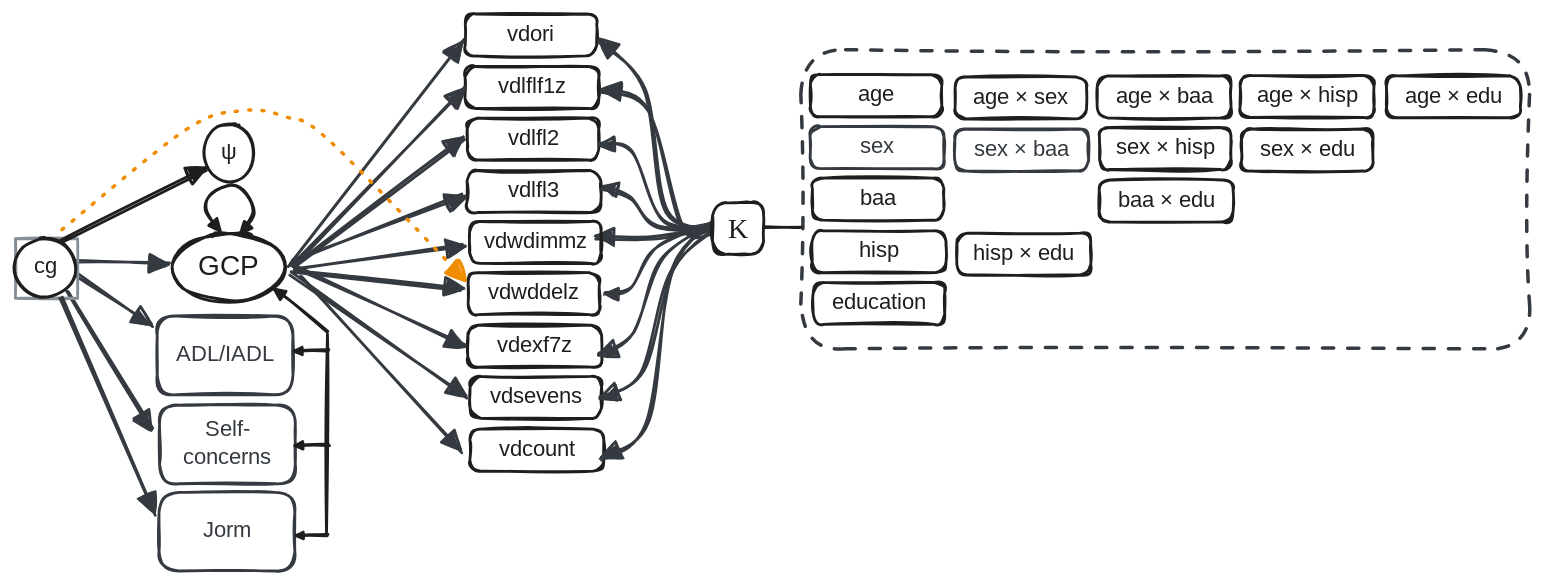
Earlier version of the Excalidraw export R/excalidraw/PMM-011-Calibration_Model_path_only.excalidraw.svg (dougtommet/HRS_cog_classification). Source tidied: one line per element, renumbered; positions are measured from the earlier drawing's top-left corner, leaving out a move shared by most shapes.
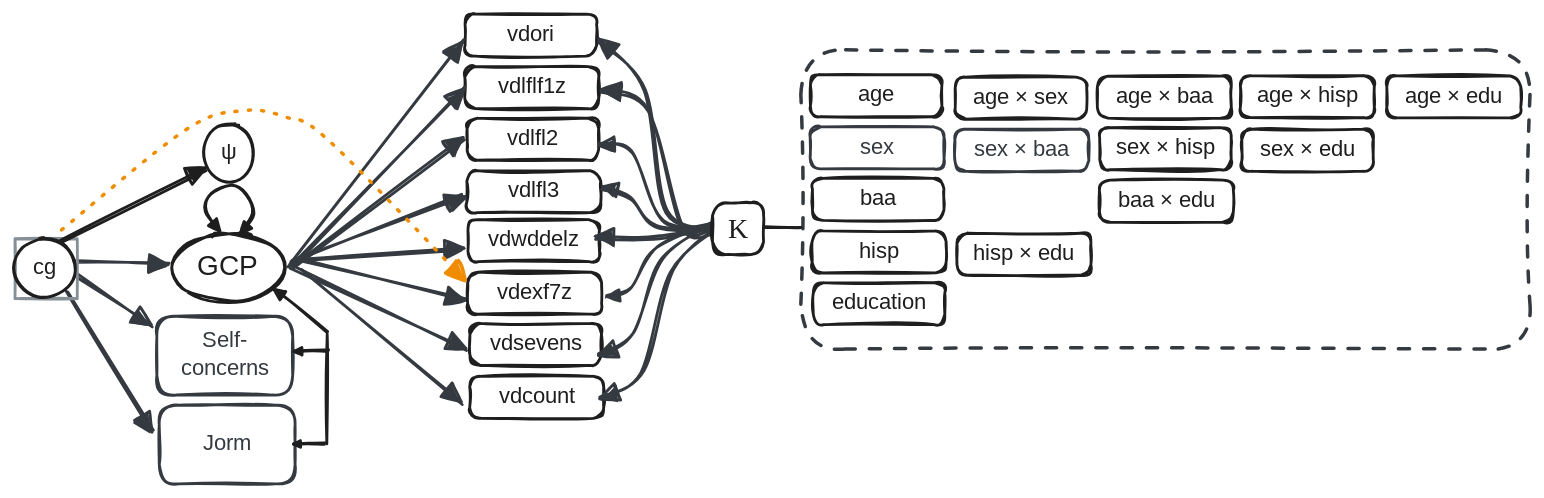
Above is the later version.

The edit, as a diff of the source:
```diff
@@ -4,28 +4,28 @@
 {"id": 3, "type": "text", "text": "vdori", "strokeColor": "#1e1e1e", "strokeWidth": 2, "roughness": 1, "fontSize": 16, "fontFamily": 5, "textAlign": "center", "verticalAlign": "middle", "inside": 2, "x": 352, "y": 5, "width": 34, "height": 20}
 {"id": 4, "type": "rectangle", "strokeColor": "#1e1e1e", "strokeWidth": 2, "roughness": 1, "round": true, "x": 569, "y": 43, "width": 94, "height": 30}
 {"id": 5, "type": "text", "text": "age", "strokeColor": "#1e1e1e", "strokeWidth": 2, "roughness": 1, "fontSize": 16, "fontFamily": 5, "textAlign": "center", "verticalAlign": "middle", "inside": 4, "x": 605, "y": 48, "width": 22, "height": 20}
-{"id": 6, "type": "rectangle", "strokeColor": "#1e1e1e", "strokeWidth": 2, "roughness": 1, "round": true, "x": 324, "y": 185, "width": 94, "height": 30}
+{"id": 6, "type": "rectangle", "strokeColor": "#1e1e1e", "strokeWidth": 2, "roughness": 1, "round": true, "x": 324, "y": 147, "width": 94, "height": 30}
-{"id": 7, "type": "text", "text": "vdwddelz", "strokeColor": "#1e1e1e", "strokeWidth": 2, "roughness": 1, "fontSize": 16, "fontFamily": 5, "textAlign": "center", "verticalAlign": "middle", "inside": 6, "x": 336, "y": 190, "width": 70, "height": 20}
+{"id": 7, "type": "text", "text": "vdwddelz", "strokeColor": "#1e1e1e", "strokeWidth": 2, "roughness": 1, "fontSize": 16, "fontFamily": 5, "textAlign": "center", "verticalAlign": "middle", "inside": 6, "x": 336, "y": 152, "width": 70, "height": 20}
 {"id": 8, "type": "rectangle", "strokeColor": "#1e1e1e", "strokeWidth": 2, "roughness": 1, "round": true, "x": 571, "y": 192, "width": 94, "height": 30}
 {"id": 9, "type": "text", "text": "education", "strokeColor": "#1e1e1e", "strokeWidth": 2, "roughness": 1, "fontSize": 16, "fontFamily": 5, "textAlign": "center", "verticalAlign": "middle", "inside": 8, "x": 580, "y": 197, "width": 75, "height": 20}
 {"id": 10, "type": "rectangle", "strokeColor": "#1e1e1e", "strokeWidth": 2, "roughness": 1, "round": true, "x": 324, "y": 74, "width": 94, "height": 30}
 {"id": 11, "type": "text", "text": "vdlfl2", "strokeColor": "#1e1e1e", "strokeWidth": 2, "roughness": 1, "fontSize": 16, "fontFamily": 5, "textAlign": "center", "verticalAlign": "middle", "inside": 10, "x": 352, "y": 79, "width": 37, "height": 20}
 {"id": 12, "type": "rectangle", "strokeColor": "#1e1e1e", "strokeWidth": 2, "roughness": 1, "round": true, "x": 570, "y": 117, "width": 94, "height": 30}
 {"id": 13, "type": "text", "text": "baa", "strokeColor": "#1e1e1e", "strokeWidth": 2, "roughness": 1, "fontSize": 16, "fontFamily": 5, "textAlign": "center", "verticalAlign": "middle", "inside": 12, "x": 606, "y": 122, "width": 22, "height": 20}
-{"id": 14, "type": "rectangle", "strokeColor": "#1e1e1e", "strokeWidth": 2, "roughness": 1, "round": true, "x": 326, "y": 259, "width": 94, "height": 30}
+{"id": 14, "type": "rectangle", "strokeColor": "#1e1e1e", "strokeWidth": 2, "roughness": 1, "round": true, "x": 326, "y": 221, "width": 94, "height": 30}
-{"id": 15, "type": "text", "text": "vdsevens", "strokeColor": "#1e1e1e", "strokeWidth": 2, "roughness": 1, "fontSize": 16, "fontFamily": 5, "textAlign": "center", "verticalAlign": "middle", "inside": 14, "x": 338, "y": 264, "width": 69, "height": 20}
+{"id": 15, "type": "text", "text": "vdsevens", "strokeColor": "#1e1e1e", "strokeWidth": 2, "roughness": 1, "fontSize": 16, "fontFamily": 5, "textAlign": "center", "verticalAlign": "middle", "inside": 14, "x": 338, "y": 226, "width": 69, "height": 20}
 {"id": 16, "type": "rectangle", "strokeColor": "#1e1e1e", "strokeWidth": 2, "roughness": 1, "round": true, "x": 322, "y": 38, "width": 96, "height": 30}
 {"id": 17, "type": "text", "text": "vdlflf1z", "strokeColor": "#1e1e1e", "strokeWidth": 2, "roughness": 1, "fontSize": 16, "fontFamily": 5, "textAlign": "center", "verticalAlign": "middle", "inside": 16, "x": 341, "y": 43, "width": 57, "height": 20}
 {"id": 18, "type": "rectangle", "strokeColor": "#343a40", "strokeWidth": 2, "roughness": 1, "round": true, "x": 569, "y": 81, "width": 96, "height": 30}
 {"id": 19, "type": "text", "text": "sex", "strokeColor": "#343a40", "strokeWidth": 2, "roughness": 1, "fontSize": 16, "fontFamily": 5, "textAlign": "center", "verticalAlign": "middle", "inside": 18, "x": 606, "y": 86, "width": 21, "height": 20}
-{"id": 20, "type": "rectangle", "strokeColor": "#1e1e1e", "strokeWidth": 2, "roughness": 1, "round": true, "x": 324, "y": 222, "width": 96, "height": 30}
+{"id": 20, "type": "rectangle", "strokeColor": "#1e1e1e", "strokeWidth": 2, "roughness": 1, "round": true, "x": 324, "y": 184, "width": 96, "height": 30}
-{"id": 21, "type": "text", "text": "vdexf7z", "strokeColor": "#1e1e1e", "strokeWidth": 2, "roughness": 1, "fontSize": 16, "fontFamily": 5, "textAlign": "center", "verticalAlign": "middle", "inside": 20, "x": 341, "y": 227, "width": 62, "height": 20}
+{"id": 21, "type": "text", "text": "vdexf7z", "strokeColor": "#1e1e1e", "strokeWidth": 2, "roughness": 1, "fontSize": 16, "fontFamily": 5, "textAlign": "center", "verticalAlign": "middle", "inside": 20, "x": 341, "y": 189, "width": 62, "height": 20}
 {"id": 22, "type": "rectangle", "strokeColor": "#1e1e1e", "strokeWidth": 2, "roughness": 1, "round": true, "x": 324, "y": 112, "width": 96, "height": 30}
 {"id": 23, "type": "text", "text": "vdlfl3", "strokeColor": "#1e1e1e", "strokeWidth": 2, "roughness": 1, "fontSize": 16, "fontFamily": 5, "textAlign": "center", "verticalAlign": "middle", "inside": 22, "x": 353, "y": 117, "width": 37, "height": 20}
 {"id": 24, "type": "rectangle", "strokeColor": "#1e1e1e", "strokeWidth": 2, "roughness": 1, "round": true, "x": 570, "y": 155, "width": 96, "height": 30}
 {"id": 25, "type": "text", "text": "hisp", "strokeColor": "#1e1e1e", "strokeWidth": 2, "roughness": 1, "fontSize": 16, "fontFamily": 5, "textAlign": "center", "verticalAlign": "middle", "inside": 24, "x": 605, "y": 160, "width": 27, "height": 20}
-{"id": 26, "type": "rectangle", "strokeColor": "#1e1e1e", "strokeWidth": 2, "roughness": 1, "round": true, "x": 326, "y": 297, "width": 96, "height": 30}
+{"id": 26, "type": "rectangle", "strokeColor": "#1e1e1e", "strokeWidth": 2, "roughness": 1, "round": true, "x": 326, "y": 259, "width": 96, "height": 30}
-{"id": 27, "type": "text", "text": "vdcount", "strokeColor": "#1e1e1e", "strokeWidth": 2, "roughness": 1, "fontSize": 16, "fontFamily": 5, "textAlign": "center", "verticalAlign": "middle", "inside": 26, "x": 343, "y": 302, "width": 62, "height": 20}
+{"id": 27, "type": "text", "text": "vdcount", "strokeColor": "#1e1e1e", "strokeWidth": 2, "roughness": 1, "fontSize": 16, "fontFamily": 5, "textAlign": "center", "verticalAlign": "middle", "inside": 26, "x": 343, "y": 264, "width": 62, "height": 20}
 {"id": 28, "type": "rectangle", "strokeColor": "#1e1e1e", "strokeWidth": 2, "roughness": 1, "round": true, "x": 672, "y": 45, "width": 94, "height": 30}
 {"id": 29, "type": "text", "text": "age × sex", "strokeColor": "#1e1e1e", "strokeWidth": 2, "roughness": 1, "fontSize": 16, "fontFamily": 5, "textAlign": "center", "verticalAlign": "middle", "inside": 28, "x": 682, "y": 50, "width": 75, "height": 20}
 {"id": 30, "type": "rectangle", "strokeColor": "#1e1e1e", "strokeWidth": 2, "roughness": 1, "round": true, "x": 776, "y": 81, "width": 94, "height": 30}
@@ -47,24 +47,20 @@
 {"id": 46, "type": "arrow", "strokeColor": "#343a40", "strokeWidth": 2, "roughness": 1, "endArrowhead": "triangle", "round": true, "from": 0, "to": 16, "x": 199, "y": 181, "width": 122, "height": 129, "points": [[0, 0], [122, -129]]}
 {"id": 47, "type": "arrow", "strokeColor": "#343a40", "strokeWidth": 2, "roughness": 1, "endArrowhead": "triangle", "round": true, "from": 0, "to": 10, "x": 199, "y": 181, "width": 123, "height": 92, "points": [[0, 0], [123, -92]]}
 {"id": 48, "type": "arrow", "strokeColor": "#343a40", "strokeWidth": 2, "roughness": 1, "endArrowhead": "triangle", "round": true, "from": 0, "to": 22, "x": 200, "y": 176, "width": 121, "height": 47, "points": [[0, 0], [121, -47]]}
-{"id": 49, "type": "arrow", "strokeColor": "#343a40", "strokeWidth": 2, "roughness": 1, "endArrowhead": "triangle", "round": true, "from": 0, "to": 6, "x": 199, "y": 184, "width": 120, "height": 13, "points": [[0, 0], [120, 13]]}
+{"id": 49, "type": "arrow", "strokeColor": "#343a40", "strokeWidth": 2, "roughness": 1, "endArrowhead": "triangle", "round": true, "from": 0, "to": 6, "x": 199, "y": 177, "width": 121, "height": 9, "points": [[0, 0], [121, -9]]}
-{"id": 50, "type": "arrow", "strokeColor": "#343a40", "strokeWidth": 2, "roughness": 1, "endArrowhead": "triangle", "round": true, "to": 79, "x": 201, "y": 182, "width": 120, "height": 17, "points": [[0, 0], [120, -17]]}
-{"id": 51, "type": "arrow", "strokeColor": "#343a40", "strokeWidth": 2, "roughness": 1, "endArrowhead": "triangle", "round": true, "from": 0, "to": 20, "x": 202, "y": 182, "width": 119, "height": 55, "points": [[0, 0], [119, 55]]}
+{"id": 51, "type": "arrow", "strokeColor": "#343a40", "strokeWidth": 2, "roughness": 1, "endArrowhead": "triangle", "round": true, "from": 0, "to": 20, "x": 202, "y": 176, "width": 120, "height": 28, "points": [[0, 0], [120, 28]]}
-{"id": 52, "type": "arrow", "strokeColor": "#343a40", "strokeWidth": 2, "roughness": 1, "endArrowhead": "triangle", "round": true, "from": 0, "to": 14, "x": 197, "y": 185, "width": 126, "height": 89, "points": [[0, 0], [126, 89]]}
+{"id": 52, "type": "arrow", "strokeColor": "#343a40", "strokeWidth": 2, "roughness": 1, "endArrowhead": "triangle", "round": true, "from": 0, "to": 14, "x": 197, "y": 180, "width": 125, "height": 59, "points": [[0, 0], [125, 59]]}
-{"id": 53, "type": "arrow", "strokeColor": "#343a40", "strokeWidth": 2, "roughness": 1, "endArrowhead": "triangle", "round": true, "from": 0, "to": 26, "x": 205, "y": 187, "width": 115, "height": 127, "points": [[0, 0], [115, 127]]}
+{"id": 53, "type": "arrow", "strokeColor": "#343a40", "strokeWidth": 2, "roughness": 1, "endArrowhead": "triangle", "round": true, "from": 0, "to": 26, "x": 205, "y": 182, "width": 115, "height": 97, "points": [[0, 0], [115, 97]]}
-{"id": 54, "type": "rectangle", "strokeColor": "#343a40", "strokeWidth": 2, "roughness": 1, "round": true, "x": 104, "y": 280, "width": 97, "height": 56}
+{"id": 54, "type": "rectangle", "strokeColor": "#343a40", "strokeWidth": 2, "roughness": 1, "round": true, "x": 104, "y": 279, "width": 97, "height": 56}
-{"id": 55, "type": "text", "text": "Self-\nconcerns", "strokeColor": "#343a40", "strokeWidth": 2, "roughness": 1, "fontSize": 16, "fontFamily": 5, "textAlign": "center", "verticalAlign": "middle", "inside": 54, "x": 119, "y": 288, "width": 66, "height": 40}
+{"id": 55, "type": "text", "text": "Jorm", "strokeColor": "#343a40", "strokeWidth": 2, "roughness": 1, "fontSize": 16, "fontFamily": 5, "textAlign": "center", "verticalAlign": "middle", "inside": 54, "x": 134, "y": 298, "width": 36, "height": 20}
 {"id": 56, "type": "rectangle", "strokeColor": "#343a40", "strokeWidth": 2, "roughness": 1, "round": true, "x": 102, "y": 216, "width": 97, "height": 56}
-{"id": 57, "type": "text", "text": "ADL/IADL", "strokeColor": "#343a40", "strokeWidth": 2, "roughness": 1, "fontSize": 16, "fontFamily": 5, "textAlign": "center", "verticalAlign": "middle", "inside": 56, "x": 113, "y": 234, "width": 76, "height": 20}
+{"id": 57, "type": "text", "text": "Self-\nconcerns", "strokeColor": "#343a40", "strokeWidth": 2, "roughness": 1, "fontSize": 16, "fontFamily": 5, "textAlign": "center", "verticalAlign": "middle", "inside": 56, "x": 117, "y": 224, "width": 66, "height": 40}
 {"id": 58, "type": "arrow", "strokeColor": "#343a40", "strokeWidth": 2, "roughness": 1, "endArrowhead": "triangle", "round": true, "from": 62, "to": 56, "x": 44, "y": 186, "width": 54, "height": 36, "points": [[0, 0], [54, 36]]}
-{"id": 59, "type": "arrow", "strokeColor": "#343a40", "strokeWidth": 2, "roughness": 1, "endArrowhead": "triangle", "round": true, "from": 62, "to": 54, "x": 38, "y": 198, "width": 61, "height": 99, "points": [[0, 0], [61, 99]]}
+{"id": 59, "type": "arrow", "strokeColor": "#343a40", "strokeWidth": 2, "roughness": 1, "endArrowhead": "triangle", "round": true, "from": 62, "to": 54, "x": 38, "y": 198, "width": 62, "height": 100, "points": [[0, 0], [62, 100]]}
 {"id": 60, "type": "arrow", "strokeColor": "#343a40", "strokeWidth": 2, "roughness": 1, "endArrowhead": "triangle", "round": true, "from": 62, "to": 0, "x": 44, "y": 178, "width": 66, "height": 1, "points": [[0, 0], [66, 1]]}
 {"id": 61, "type": "rectangle", "strokeColor": "#868e96", "strokeWidth": 2, "roughness": 1, "x": 1, "y": 161, "width": 44, "height": 43}
 {"id": 62, "type": "ellipse", "strokeColor": "#1e1e1e", "strokeWidth": 2, "roughness": 1, "x": 0, "y": 160, "width": 44, "height": 42}
 {"id": 63, "type": "text", "text": "cg", "strokeColor": "#1e1e1e", "strokeWidth": 2, "roughness": 1, "fontSize": 16, "fontFamily": 5, "textAlign": "center", "verticalAlign": "middle", "inside": 62, "x": 13, "y": 171, "width": 17, "height": 20}
-{"id": 64, "type": "rectangle", "strokeColor": "#343a40", "strokeWidth": 2, "roughness": 1, "round": true, "x": 103, "y": 342, "width": 97, "height": 56}
-{"id": 65, "type": "text", "text": "Jorm", "strokeColor": "#343a40", "strokeWidth": 2, "roughness": 1, "fontSize": 16, "fontFamily": 5, "textAlign": "center", "verticalAlign": "middle", "inside": 64, "x": 136, "y": 360, "width": 32, "height": 20}
-{"id": 66, "type": "arrow", "strokeColor": "#343a40", "strokeWidth": 2, "roughness": 1, "endArrowhead": "triangle", "round": true, "from": 62, "to": 64, "x": 33, "y": 203, "width": 66, "height": 155, "points": [[0, 0], [66, 155]]}
 {"id": 67, "type": "ellipse", "strokeColor": "#1e1e1e", "strokeWidth": 2, "roughness": 1, "x": 136, "y": 78, "width": 35, "height": 42}
 {"id": 68, "type": "text", "text": "ψ", "strokeColor": "#1e1e1e", "strokeWidth": 2, "roughness": 1, "fontSize": 16, "fontFamily": 5, "textAlign": "center", "verticalAlign": "middle", "inside": 67, "x": 148, "y": 89, "width": 12, "height": 20}
 {"id": 69, "type": "arrow", "strokeColor": "#1e1e1e", "strokeWidth": 2, "roughness": 1, "endArrowhead": "triangle", "round": true, "from": 62, "to": 67, "x": 35, "y": 163, "width": 101, "height": 52, "points": [[0, 0], [101, -52]]}
@@ -72,20 +68,16 @@
 {"id": 71, "type": "arrow", "strokeColor": "#343a40", "strokeWidth": 2, "roughness": 1, "endArrowhead": "triangle", "round": true, "from": 88, "to": 16, "x": 496, "y": 156, "width": 76, "height": 102, "points": [[0, 0], [-18, -5], [-43, -88], [-76, -102]]}
 {"id": 72, "type": "arrow", "strokeColor": "#343a40", "angle": 0.01, "strokeWidth": 2, "roughness": 1, "endArrowhead": "triangle", "round": true, "x": 505, "y": 149, "width": 87, "height": 57, "points": [[0, 0], [-41, -1], [-64, -51], [-87, -57]]}
 {"id": 73, "type": "arrow", "strokeColor": "#343a40", "angle": 0.08, "strokeWidth": 2, "roughness": 1, "endArrowhead": "triangle", "round": true, "x": 509, "y": 150, "width": 91, "height": 24, "points": [[0, 0], [-48, 2], [-68, -16], [-91, -22]]}
-{"id": 74, "type": "arrow", "strokeColor": "#343a40", "angle": 0.08, "strokeWidth": 2, "roughness": 1, "endArrowhead": "triangle", "round": true, "from": 88, "to": 79, "x": 493, "y": 150, "width": 76, "height": 13, "points": [[0, 0], [-27, 8], [-47, 11], [-76, 13]]}
+{"id": 74, "type": "arrow", "strokeColor": "#343a40", "angle": 0.08, "strokeWidth": 2, "roughness": 1, "endArrowhead": "triangle", "round": true, "from": 88, "x": 493, "y": 150, "width": 76, "height": 13, "points": [[0, 0], [-27, 8], [-47, 11], [-76, 13]]}
-{"id": 75, "type": "arrow", "strokeColor": "#343a40", "strokeWidth": 2, "roughness": 1, "endArrowhead": "triangle", "round": true, "x": 505, "y": 146, "width": 84, "height": 172, "points": [[0, 0], [-35, 36], [-53, 147], [-84, 172]]}
 {"id": 76, "type": "arrow", "strokeColor": "#343a40", "strokeWidth": 2, "roughness": 1, "endArrowhead": "triangle", "round": true, "x": 506, "y": 149, "width": 87, "height": 124, "points": [[0, 0], [-36, 35], [-57, 106], [-87, 124]]}
 {"id": 77, "type": "arrow", "strokeColor": "#343a40", "strokeWidth": 2, "roughness": 1, "endArrowhead": "triangle", "round": true, "x": 505, "y": 147, "width": 87, "height": 96, "points": [[0, 0], [-42, 28], [-62, 80], [-87, 96]]}
-{"id": 78, "type": "arrow", "strokeColor": "#343a40", "strokeWidth": 2, "roughness": 1, "endArrowhead": "triangle", "round": true, "to": 6, "x": 499, "y": 148, "width": 77, "height": 51, "points": [[0, 0], [-41, 20], [-57, 47], [-77, 51]]}
+{"id": 78, "type": "arrow", "strokeColor": "#343a40", "strokeWidth": 2, "roughness": 1, "endArrowhead": "triangle", "round": true, "from": 88, "to": 20, "x": 499, "y": 148, "width": 75, "height": 53, "points": [[0, 0], [-41, 20], [-57, 47], [-75, 53]]}
-{"id": 79, "type": "rectangle", "strokeColor": "#1e1e1e", "strokeWidth": 2, "roughness": 1, "round": true, "x": 325, "y": 148, "width": 94, "height": 30}
-{"id": 80, "type": "text", "text": "vdwdimmz", "strokeColor": "#1e1e1e", "strokeWidth": 2, "roughness": 1, "fontSize": 16, "fontFamily": 5, "textAlign": "center", "verticalAlign": "middle", "inside": 79, "x": 336, "y": 153, "width": 72, "height": 20}
 {"id": 81, "type": "arrow", "strokeColor": "#1e1e1e", "angle": 4.74, "strokeWidth": 2, "roughness": 1, "startArrowhead": "triangle", "endArrowhead": "triangle", "round": true, "x": 138, "y": 134, "width": 34, "height": 34, "points": [[0, 0], [14, -11], [26, -8], [33, 8], [27, 18], [13, 23], [-2, 14]]}
 {"id": 82, "type": "arrow", "strokeColor": "#1e1e1e", "strokeWidth": 2, "roughness": 1, "endArrowhead": "triangle", "round": true, "to": 0, "x": 224, "y": 227, "width": 38, "height": 31, "points": [[0, 0], [-24, -21], [-38, -31]]}
-{"id": 83, "type": "line", "strokeColor": "#1e1e1e", "strokeWidth": 2, "roughness": 1, "x": 224, "y": 229, "width": 1, "height": 143, "points": [[0, 0], [-1, 143]]}
+{"id": 83, "type": "line", "strokeColor": "#1e1e1e", "strokeWidth": 2, "roughness": 1, "x": 224, "y": 229, "width": 0, "height": 79, "points": [[0, 0], [0, 79]]}
-{"id": 84, "type": "arrow", "strokeColor": "#1e1e1e", "strokeWidth": 2, "roughness": 1, "endArrowhead": "triangle", "round": true, "to": 64, "x": 224, "y": 372, "width": 23, "height": 0, "points": [[0, 0], [-11, 0], [-23, 0]]}
+{"id": 84, "type": "arrow", "strokeColor": "#1e1e1e", "strokeWidth": 2, "roughness": 1, "endArrowhead": "triangle", "round": true, "x": 222, "y": 307, "width": 23, "height": 0, "points": [[0, 0], [-11, 0], [-23, 0]]}
-{"id": 85, "type": "arrow", "strokeColor": "#1e1e1e", "strokeWidth": 2, "roughness": 1, "endArrowhead": "triangle", "round": true, "x": 225, "y": 308, "width": 24, "height": 1, "points": [[0, 0], [-11, 0], [-24, 1]]}
 {"id": 86, "type": "arrow", "strokeColor": "#1e1e1e", "strokeWidth": 2, "roughness": 1, "endArrowhead": "triangle", "round": true, "x": 224, "y": 240, "width": 24, "height": 1, "points": [[0, 0], [-11, 0], [-24, 1]]}
-{"id": 87, "type": "arrow", "strokeColor": "#f08c00", "strokeWidth": 2, "strokeStyle": "dotted", "roughness": 1, "endArrowhead": "triangle", "round": true, "from": 62, "to": 79, "x": 34, "y": 155, "width": 288, "height": 122, "points": [[0, 0], [88, -71], [129, -87], [159, -81], [192, -65], [288, 36]]}
+{"id": 87, "type": "arrow", "strokeColor": "#f08c00", "strokeWidth": 2, "strokeStyle": "dotted", "roughness": 1, "endArrowhead": "triangle", "round": true, "from": 62, "x": 34, "y": 155, "width": 288, "height": 122, "points": [[0, 0], [88, -71], [129, -87], [159, -81], [192, -65], [288, 36]]}
 {"id": 88, "type": "rectangle", "strokeColor": "#1e1e1e", "backgroundColor": "#ffffff", "fillStyle": "solid", "strokeWidth": 2, "roughness": 1, "round": true, "x": 499, "y": 135, "width": 36, "height": 37}
 {"id": 89, "type": "text", "text": "Κ", "strokeColor": "#1e1e1e", "strokeWidth": 2, "roughness": 1, "fontSize": 20, "fontFamily": 6, "textAlign": "center", "verticalAlign": "middle", "inside": 88, "x": 510, "y": 140, "width": 16, "height": 27}
 {"id": 90, "type": "line", "strokeColor": "#1e1e1e", "backgroundColor": "#ffffff", "fillStyle": "solid", "strokeWidth": 2, "roughness": 1, "round": true, "x": 562, "y": 152, "width": 26, "height": 0, "points": [[0, 0], [-26, 0]]}
```
